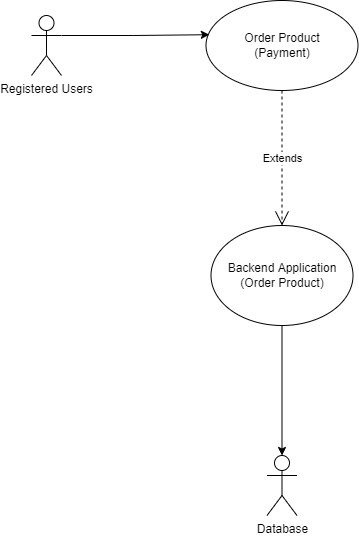
The draw.io diagram Use case diagram/order_products.png in mohitleo03/Software-Engineering-Project-Management, before a commit. Source tidied: cells renumbered, new cells last; positions are measured from the earlier drawing's top-left corner, leaving out a move shared by most shapes.
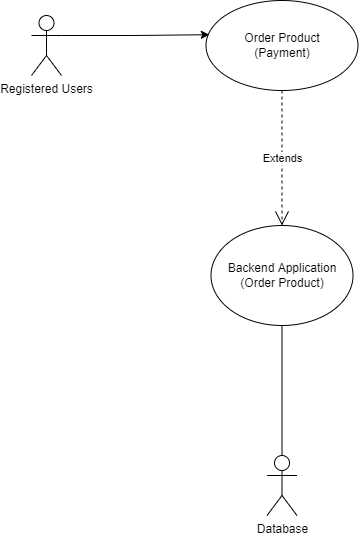
Later version of the same file.

The edit, as a diff of the source:
```diff
@@ -5,9 +5,6 @@
     <mxCell id="2" value="Order Product&lt;br&gt;(Payment)" style="ellipse;whiteSpace=wrap;html=1;" parent="1" vertex="1">
       <mxGeometry x="174.5" width="152" height="90" as="geometry" />
     </mxCell>
-    <mxCell id="3" style="edgeStyle=orthogonalEdgeStyle;rounded=0;jettySize=auto;html=1;exitX=0.5;exitY=1;exitDx=0;exitDy=0;entryX=0.5;entryY=0;entryDx=0;entryDy=0;entryPerimeter=0;" parent="1" edge="1" source="4" target="7">
-      <mxGeometry relative="1" as="geometry" />
-    </mxCell>
     <mxCell id="4" value="Backend Application&lt;br&gt;(Order Product)" style="ellipse;whiteSpace=wrap;html=1;" parent="1" vertex="1">
       <mxGeometry x="179.5" y="225" width="142" height="100" as="geometry" />
     </mxCell>
@@ -23,5 +20,8 @@
     <mxCell id="8" value="Extends" style="endArrow=open;endSize=12;dashed=1;html=1;rounded=0;exitX=0.5;exitY=1;exitDx=0;exitDy=0;entryX=0.5;entryY=0;entryDx=0;entryDy=0;" parent="1" edge="1" source="2" target="4">
       <mxGeometry relative="1" as="geometry" />
     </mxCell>
+    <mxCell id="9" style="endArrow=none;html=1;rounded=0;entryX=0.5;entryY=1;entryDx=0;entryDy=0;exitX=0.5;exitY=0;exitDx=0;exitDy=0;exitPerimeter=0;" parent="1" edge="1" source="7" target="4">
+      <mxGeometry relative="1" as="geometry" />
+    </mxCell>
   </root>
 </mxGraphModel>
```
